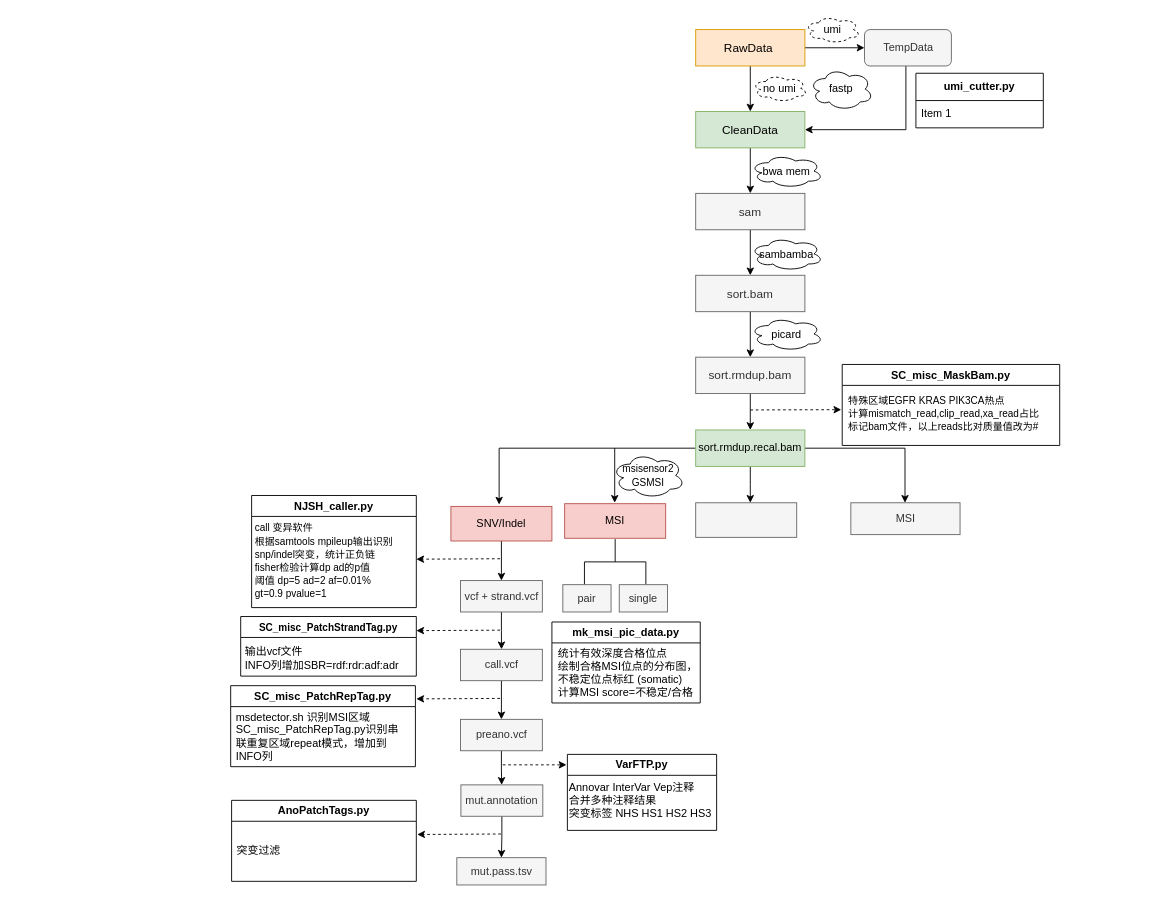
Before: 生信分析流程.drawio in snowvov/storehouse, a draw.io diagram. Source tidied: cells renumbered, new cells numbered last; positions are measured from the earlier drawing's top-left corner, leaving out a move shared by most shapes. Both pictures are drawn from the tidied source at 91%, with x=0, y=0 at pixel (230, 15).
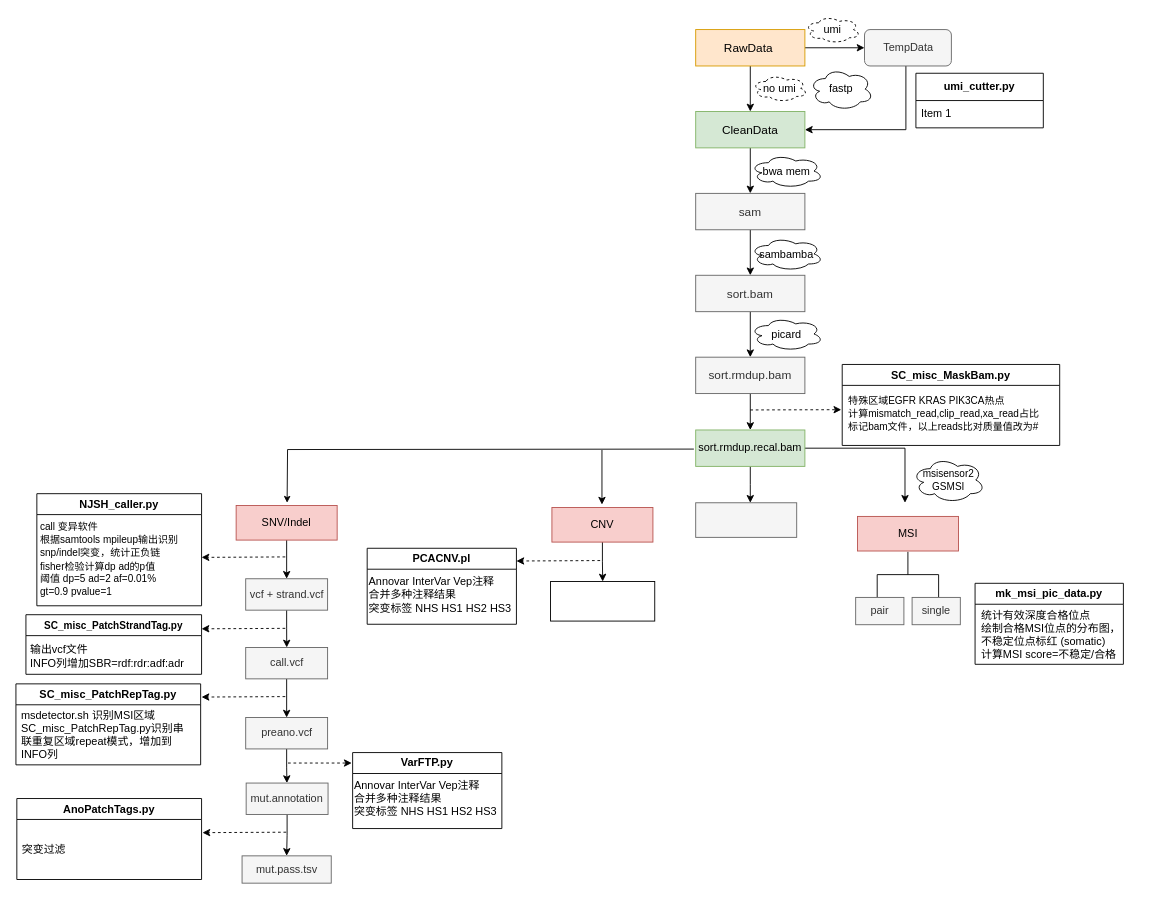
The same page after the edit.

Commit message:
更新生信分析流程.drawio

The change refers to these unchanged cells:
```xml
<mxCell id="19" value="&lt;font style=&quot;font-size: 12px;&quot;&gt;sort.rmdup.recal.bam&lt;/font&gt;" style="whiteSpace=wrap;html=1;fillColor=#d5e8d4;strokeColor=#82b366;rounded=0;" parent="1" vertex="1">
  <mxGeometry x="511" y="455" width="120" height="40" as="geometry" />
</mxCell>
```

The edit, as a diff of the source:
```diff
@@
-    <mxCell id="17" style="edgeStyle=orthogonalEdgeStyle;rounded=0;jettySize=auto;html=1;entryX=0.496;entryY=0;entryDx=0;entryDy=0;entryPerimeter=0;" parent="1" edge="1" target="23">
+    <mxCell id="17" style="edgeStyle=orthogonalEdgeStyle;rounded=0;orthogonalLoop=1;jettySize=auto;html=1;entryX=0.496;entryY=0;entryDx=0;entryDy=0;entryPerimeter=0;" parent="1" edge="1">
       <mxGeometry relative="1" as="geometry">
         <mxPoint x="605" y="470" as="sourcePoint" />
+        <mxPoint x="741" y="535" as="targetPoint" />
         <Array as="points">
           <mxPoint x="605" y="475" />
           <mxPoint x="741" y="475" />
         </Array>
       </mxGeometry>
     </mxCell>
-    <mxCell id="18" style="edgeStyle=orthogonalEdgeStyle;rounded=0;jettySize=auto;html=1;" parent="1" edge="1" source="19">
-      <mxGeometry relative="1" as="geometry">
-        <mxPoint x="295" y="537" as="targetPoint" />
-        <Array as="points">
-          <mxPoint x="295" y="475" />
-        </Array>
-      </mxGeometry>
-    </mxCell>
+    <mxCell id="66" style="edgeStyle=orthogonalEdgeStyle;rounded=0;orthogonalLoop=1;jettySize=auto;html=1;startSize=4;endSize=5;" parent="1" edge="1">
+      <mxGeometry relative="1" as="geometry">
+        <mxPoint x="509" y="476" as="sourcePoint" />
+        <mxPoint x="62" y="535" as="targetPoint" />
+      </mxGeometry>
+    </mxCell>
@@
-    <mxCell id="23" value="MSI" style="whiteSpace=wrap;html=1;fillColor=#f5f5f5;strokeColor=#666666;fontColor=#333333;rounded=0;" parent="1" vertex="1">
-      <mxGeometry x="681.5" y="535" width="120" height="35" as="geometry" />
-    </mxCell>
     <mxCell id="24" value="MSI" style="rounded=0;whiteSpace=wrap;html=1;fillColor=#f8cecc;strokeColor=#b85450;" parent="1" vertex="1">
-      <mxGeometry x="367" y="536" width="111" height="38" as="geometry" />
+      <mxGeometry x="688.8" y="550" width="111" height="38" as="geometry" />
     </mxCell>
@@
     <mxCell id="27" value="SNV/Indel" style="rounded=0;whiteSpace=wrap;html=1;fillColor=#f8cecc;strokeColor=#b85450;" parent="1" vertex="1">
-      <mxGeometry x="242" y="539" width="111" height="38" as="geometry" />
+      <mxGeometry x="6" y="538" width="111" height="38" as="geometry" />
     </mxCell>
     <mxCell id="28" style="edgeStyle=orthogonalEdgeStyle;rounded=0;orthogonalLoop=1;jettySize=auto;html=1;" parent="1" edge="1">
       <mxGeometry relative="1" as="geometry">
-        <mxPoint x="422" y="475" as="sourcePoint" />
-        <mxPoint x="422" y="535" as="targetPoint" />
+        <mxPoint x="408" y="477" as="sourcePoint" />
+        <mxPoint x="408" y="537" as="targetPoint" />
       </mxGeometry>
     </mxCell>
     <mxCell id="29" value="&lt;font style=&quot;font-size: 11px;&quot;&gt;msisensor2&lt;br style=&quot;font-size: 11px;&quot;&gt;GSMSI&lt;/font&gt;" style="ellipse;shape=cloud;whiteSpace=wrap;html=1;" parent="1" vertex="1">
-      <mxGeometry x="419" y="480" width="80" height="50" as="geometry" />
+      <mxGeometry x="748.8" y="485" width="80" height="50" as="geometry" />
     </mxCell>
     <mxCell id="30" style="strokeWidth=1;html=1;shape=mxgraph.flowchart.annotation_2;align=left;labelPosition=right;rotation=90;" parent="1" vertex="1">
-      <mxGeometry x="397.5" y="566.2" width="50" height="67.5" as="geometry" />
+      <mxGeometry x="719.2" y="580.2" width="50" height="67.5" as="geometry" />
     </mxCell>
     <mxCell id="31" value="pair" style="rounded=0;whiteSpace=wrap;html=1;fillColor=#f5f5f5;fontColor=#333333;strokeColor=#666666;" parent="1" vertex="1">
-      <mxGeometry x="365" y="625" width="53" height="30" as="geometry" />
+      <mxGeometry x="686.8" y="639" width="53" height="30" as="geometry" />
     </mxCell>
     <mxCell id="32" value="single" style="rounded=0;whiteSpace=wrap;html=1;fillColor=#f5f5f5;fontColor=#333333;strokeColor=#666666;" parent="1" vertex="1">
-      <mxGeometry x="427" y="625" width="53" height="30" as="geometry" />
+      <mxGeometry x="748.8" y="639" width="53" height="30" as="geometry" />
     </mxCell>
     <mxCell id="33" value="mk_msi_pic_data.py" style="swimlane;whiteSpace=wrap;html=1;" parent="1" vertex="1">
-      <mxGeometry x="353" y="666" width="163" height="89" as="geometry" />
+      <mxGeometry x="818" y="623.5" width="163" height="89" as="geometry" />
     </mxCell>
@@
     <mxCell id="40" style="edgeStyle=orthogonalEdgeStyle;rounded=0;jettySize=auto;html=1;" parent="1" edge="1" source="41">
       <mxGeometry relative="1" as="geometry">
-        <mxPoint x="297.6" y="696" as="targetPoint" />
+        <mxPoint x="61.6" y="694" as="targetPoint" />
       </mxGeometry>
     </mxCell>
     <mxCell id="41" value="vcf + strand.vcf" style="whiteSpace=wrap;html=1;fillColor=#f5f5f5;strokeColor=#666666;rounded=0;fontColor=#333333;" parent="1" vertex="1">
-      <mxGeometry x="252.5" y="620.5" width="90" height="34.5" as="geometry" />
+      <mxGeometry x="16.5" y="618.5" width="90" height="34.5" as="geometry" />
     </mxCell>
@@
     <mxCell id="43" value="call.vcf" style="whiteSpace=wrap;html=1;fillColor=#f5f5f5;strokeColor=#666666;rounded=0;fontColor=#333333;" parent="1" vertex="1">
-      <mxGeometry x="252.5" y="696" width="90" height="34.5" as="geometry" />
+      <mxGeometry x="16.5" y="694" width="90" height="34.5" as="geometry" />
     </mxCell>
@@
     <mxCell id="46" style="endArrow=classic;html=1;rounded=0;dashed=1;" parent="1" edge="1">
       <mxGeometry relative="1" as="geometry">
-        <mxPoint x="296" y="596.5" as="sourcePoint" />
-        <mxPoint x="204" y="597" as="targetPoint" />
+        <mxPoint x="60" y="594.5" as="sourcePoint" />
+        <mxPoint x="-32" y="595" as="targetPoint" />
       </mxGeometry>
     </mxCell>
     <mxCell id="47" style="endArrow=classic;html=1;rounded=0;dashed=1;" parent="1" edge="1">
       <mxGeometry relative="1" as="geometry">
-        <mxPoint x="296" y="675" as="sourcePoint" />
-        <mxPoint x="204" y="675.5" as="targetPoint" />
+        <mxPoint x="60" y="673" as="sourcePoint" />
+        <mxPoint x="-32" y="673.5" as="targetPoint" />
       </mxGeometry>
     </mxCell>
     <mxCell id="48" value="&lt;font style=&quot;font-size: 11px;&quot;&gt;SC_misc_PatchStrandTag.py&lt;/font&gt;" style="swimlane;whiteSpace=wrap;html=1;" parent="1" vertex="1">
-      <mxGeometry x="11" y="660" width="193" height="65.5" as="geometry" />
+      <mxGeometry x="-225" y="658" width="193" height="65.5" as="geometry" />
     </mxCell>
@@
     <mxCell id="50" value="NJSH_caller.py" style="swimlane;whiteSpace=wrap;html=1;" parent="1" vertex="1">
-      <mxGeometry x="23" y="527" width="181" height="123.2" as="geometry" />
+      <mxGeometry x="-213" y="525" width="181" height="123.2" as="geometry" />
     </mxCell>
@@
     <mxCell id="52" style="edgeStyle=orthogonalEdgeStyle;rounded=0;jettySize=auto;html=1;" parent="1" edge="1" source="53">
       <mxGeometry relative="1" as="geometry">
-        <mxPoint x="297.8" y="845" as="targetPoint" />
+        <mxPoint x="61.8" y="843" as="targetPoint" />
       </mxGeometry>
     </mxCell>
     <mxCell id="53" value="preano.vcf" style="whiteSpace=wrap;html=1;fillColor=#f5f5f5;strokeColor=#666666;rounded=0;fontColor=#333333;" parent="1" vertex="1">
-      <mxGeometry x="252.5" y="773" width="90" height="34.5" as="geometry" />
+      <mxGeometry x="16.5" y="771" width="90" height="34.5" as="geometry" />
     </mxCell>
     <mxCell id="54" style="endArrow=classic;html=1;rounded=0;dashed=1;" parent="1" edge="1">
       <mxGeometry relative="1" as="geometry">
-        <mxPoint x="296" y="750" as="sourcePoint" />
-        <mxPoint x="204" y="750.5" as="targetPoint" />
+        <mxPoint x="60" y="748" as="sourcePoint" />
+        <mxPoint x="-32" y="748.5" as="targetPoint" />
       </mxGeometry>
     </mxCell>
     <mxCell id="55" value="SC_misc_PatchRepTag.py" style="swimlane;whiteSpace=wrap;html=1;" parent="1" vertex="1">
-      <mxGeometry y="736" width="203" height="89" as="geometry" />
+      <mxGeometry x="-236" y="734" width="203" height="89" as="geometry" />
     </mxCell>
@@
     <mxCell id="58" value="mut.annotation" style="whiteSpace=wrap;html=1;fillColor=#f5f5f5;strokeColor=#666666;rounded=0;fontColor=#333333;" parent="1" vertex="1">
-      <mxGeometry x="253" y="845" width="90" height="34.5" as="geometry" />
+      <mxGeometry x="17" y="843" width="90" height="34.5" as="geometry" />
     </mxCell>
     <mxCell id="59" style="endArrow=classic;html=1;rounded=0;dashed=1;" parent="1" edge="1">
       <mxGeometry relative="1" as="geometry">
-        <mxPoint x="299" y="823" as="sourcePoint" />
-        <mxPoint x="369" y="823" as="targetPoint" />
+        <mxPoint x="63" y="821" as="sourcePoint" />
+        <mxPoint x="133" y="821" as="targetPoint" />
       </mxGeometry>
     </mxCell>
     <mxCell id="60" value="VarFTP.py" style="swimlane;whiteSpace=wrap;html=1;startSize=23;" parent="1" vertex="1">
-      <mxGeometry x="370" y="811.5" width="164" height="83.5" as="geometry" />
+      <mxGeometry x="134" y="809.5" width="164" height="83.5" as="geometry" />
     </mxCell>
@@
     <mxCell id="62" value="mut.pass.tsv" style="whiteSpace=wrap;html=1;fillColor=#f5f5f5;strokeColor=#666666;fontColor=#333333;rounded=0;" parent="1" vertex="1">
-      <mxGeometry x="248.5" y="925" width="98" height="30" as="geometry" />
+      <mxGeometry x="12.5" y="923" width="98" height="30" as="geometry" />
     </mxCell>
     <mxCell id="63" style="endArrow=classic;html=1;rounded=0;dashed=1;" parent="1" edge="1">
       <mxGeometry relative="1" as="geometry">
-        <mxPoint x="297" y="899" as="sourcePoint" />
-        <mxPoint x="205" y="899.5" as="targetPoint" />
+        <mxPoint x="61" y="897" as="sourcePoint" />
+        <mxPoint x="-31" y="897.5" as="targetPoint" />
       </mxGeometry>
     </mxCell>
     <mxCell id="64" value="AnoPatchTags.py" style="swimlane;whiteSpace=wrap;html=1;" parent="1" vertex="1">
-      <mxGeometry x="1" y="862" width="203" height="89" as="geometry" />
+      <mxGeometry x="-235" y="860" width="203" height="89" as="geometry" />
     </mxCell>
@@
+    <mxCell id="67" value="PCACNV.pl" style="swimlane;whiteSpace=wrap;html=1;startSize=23;" parent="1" vertex="1">
+      <mxGeometry x="150" y="585" width="164" height="83.5" as="geometry" />
+    </mxCell>
+    <mxCell id="68" value="Annovar InterVar Vep注释&amp;nbsp;&lt;br&gt;合并多种注释结果&lt;br&gt;突变标签 NHS HS1 HS2 HS3" style="text;html=1;align=left;verticalAlign=middle;strokeColor=none;fillColor=none;" parent="67" vertex="1">
+      <mxGeometry y="20.8" width="180" height="60" as="geometry" />
+    </mxCell>
+    <mxCell id="69" style="edgeStyle=orthogonalEdgeStyle;rounded=0;jettySize=auto;html=1;" parent="1" edge="1" source="70" target="71">
+      <mxGeometry relative="1" as="geometry" />
+    </mxCell>
+    <mxCell id="70" value="CNV" style="rounded=0;whiteSpace=wrap;html=1;fillColor=#f8cecc;strokeColor=#b85450;" parent="1" vertex="1">
+      <mxGeometry x="353" y="540.2" width="111" height="38" as="geometry" />
+    </mxCell>
+    <mxCell id="71" style="whiteSpace=wrap;html=1;rounded=0;" parent="1" vertex="1">
+      <mxGeometry x="351.5" y="621.5" width="114.5" height="43.5" as="geometry" />
+    </mxCell>
+    <mxCell id="72" style="endArrow=classic;html=1;rounded=0;dashed=1;" parent="1" edge="1">
+      <mxGeometry relative="1" as="geometry">
+        <mxPoint x="406" y="598.5" as="sourcePoint" />
+        <mxPoint x="314" y="599" as="targetPoint" />
+      </mxGeometry>
+    </mxCell>
```
